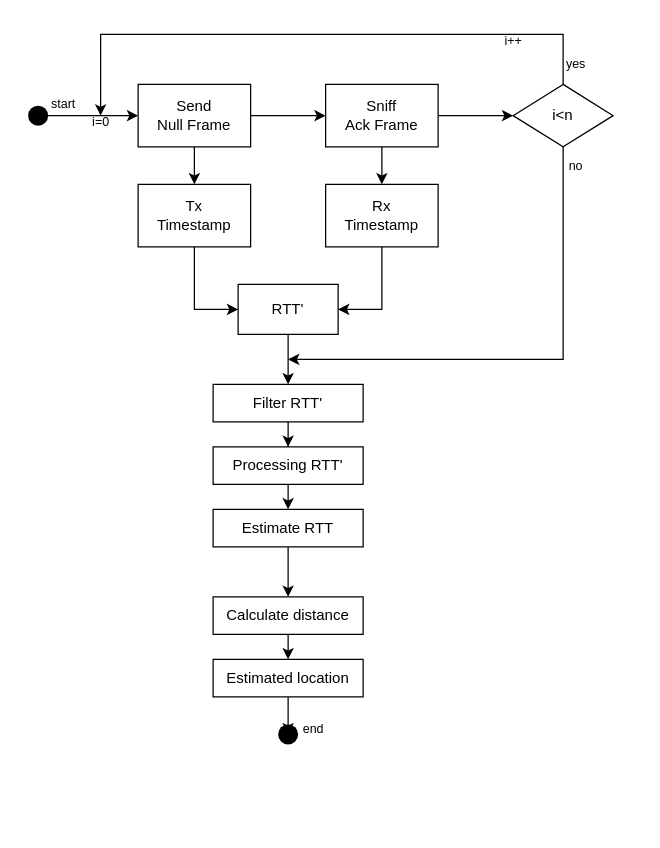
Before: flow.drawio in SCERush/drawio, a draw.io diagram. Source tidied: cells renumbered, new cells numbered last; positions are measured from the earlier drawing's top-left corner, leaving out a move shared by most shapes. Both pictures are drawn from the tidied source at 125%, with x=0, y=0 at pixel (25, 21).
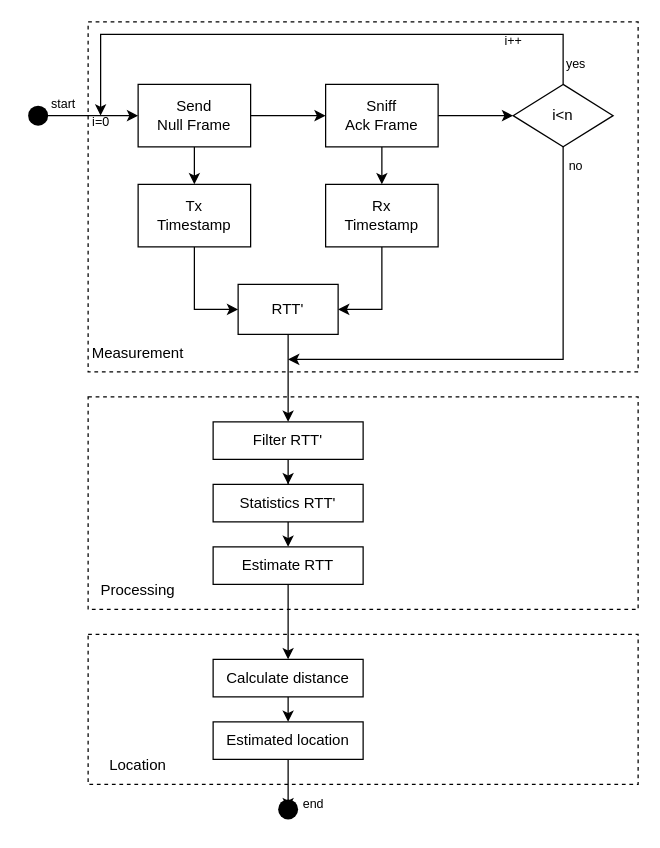
The same diagram, later.

The edit, as a diff of the source:
```diff
@@
+    <mxCell id="36" style="rounded=0;whiteSpace=wrap;html=1;dashed=1;" parent="1" vertex="1">
+      <mxGeometry x="50" y="490" width="440" height="120" as="geometry" />
+    </mxCell>
+    <mxCell id="37" style="rounded=0;whiteSpace=wrap;html=1;dashed=1;" parent="1" vertex="1">
+      <mxGeometry x="50" y="300" width="440" height="170" as="geometry" />
+    </mxCell>
+    <mxCell id="38" style="rounded=0;whiteSpace=wrap;html=1;dashed=1;" parent="1" vertex="1">
+      <mxGeometry x="50" width="440" height="280" as="geometry" />
+    </mxCell>
@@
     <mxCell id="25" value="Filter RTT'" style="rounded=0;whiteSpace=wrap;html=1;" parent="1" vertex="1">
-      <mxGeometry x="150" y="290" width="120" height="30" as="geometry" />
+      <mxGeometry x="150" y="320" width="120" height="30" as="geometry" />
     </mxCell>
@@
-    <mxCell id="27" value="Processing RTT'" style="rounded=0;whiteSpace=wrap;html=1;" parent="1" vertex="1">
-      <mxGeometry x="150" y="340" width="120" height="30" as="geometry" />
+    <mxCell id="27" value="Statistics RTT'" style="rounded=0;whiteSpace=wrap;html=1;" parent="1" vertex="1">
+      <mxGeometry x="150" y="370" width="120" height="30" as="geometry" />
     </mxCell>
@@
     <mxCell id="29" value="Estimate RTT" style="rounded=0;whiteSpace=wrap;html=1;" parent="1" vertex="1">
-      <mxGeometry x="150" y="390" width="120" height="30" as="geometry" />
+      <mxGeometry x="150" y="420" width="120" height="30" as="geometry" />
     </mxCell>
@@
     <mxCell id="31" value="Calculate distance" style="rounded=0;whiteSpace=wrap;html=1;" parent="1" vertex="1">
-      <mxGeometry x="150" y="460" width="120" height="30" as="geometry" />
+      <mxGeometry x="150" y="510" width="120" height="30" as="geometry" />
     </mxCell>
     <mxCell id="32" value="Estimated location" style="rounded=0;whiteSpace=wrap;html=1;" parent="1" vertex="1">
-      <mxGeometry x="150" y="510" width="120" height="30" as="geometry" />
+      <mxGeometry x="150" y="560" width="120" height="30" as="geometry" />
     </mxCell>
     <mxCell id="33" style="shape=waypoint;sketch=0;fillStyle=solid;size=6;points=[];fillColor=none;perimeter=centerPerimeter;snapToPoint=1;strokeWidth=6;" parent="1" vertex="1">
-      <mxGeometry x="200" y="560" width="20" height="20" as="geometry" />
+      <mxGeometry x="200" y="620" width="20" height="20" as="geometry" />
     </mxCell>
@@
     <mxCell id="35" value="&lt;font style=&quot;font-size: 10px;&quot;&gt;end&lt;/font&gt;" style="text;html=1;align=center;verticalAlign=middle;strokeColor=none;fillColor=none;" parent="1" vertex="1">
-      <mxGeometry x="210" y="550" width="40" height="30" as="geometry" />
+      <mxGeometry x="210" y="610" width="40" height="30" as="geometry" />
     </mxCell>
+    <mxCell id="39" value="Measurement" style="text;html=1;align=center;verticalAlign=middle;whiteSpace=wrap;rounded=0;" parent="1" vertex="1">
+      <mxGeometry x="50" y="250" width="80" height="30" as="geometry" />
+    </mxCell>
+    <mxCell id="40" value="Processing" style="text;html=1;align=center;verticalAlign=middle;whiteSpace=wrap;rounded=0;" parent="1" vertex="1">
+      <mxGeometry x="50" y="440" width="80" height="30" as="geometry" />
+    </mxCell>
+    <mxCell id="41" value="Location" style="text;html=1;align=center;verticalAlign=middle;whiteSpace=wrap;rounded=0;" parent="1" vertex="1">
+      <mxGeometry x="50" y="580" width="80" height="30" as="geometry" />
+    </mxCell>
```
